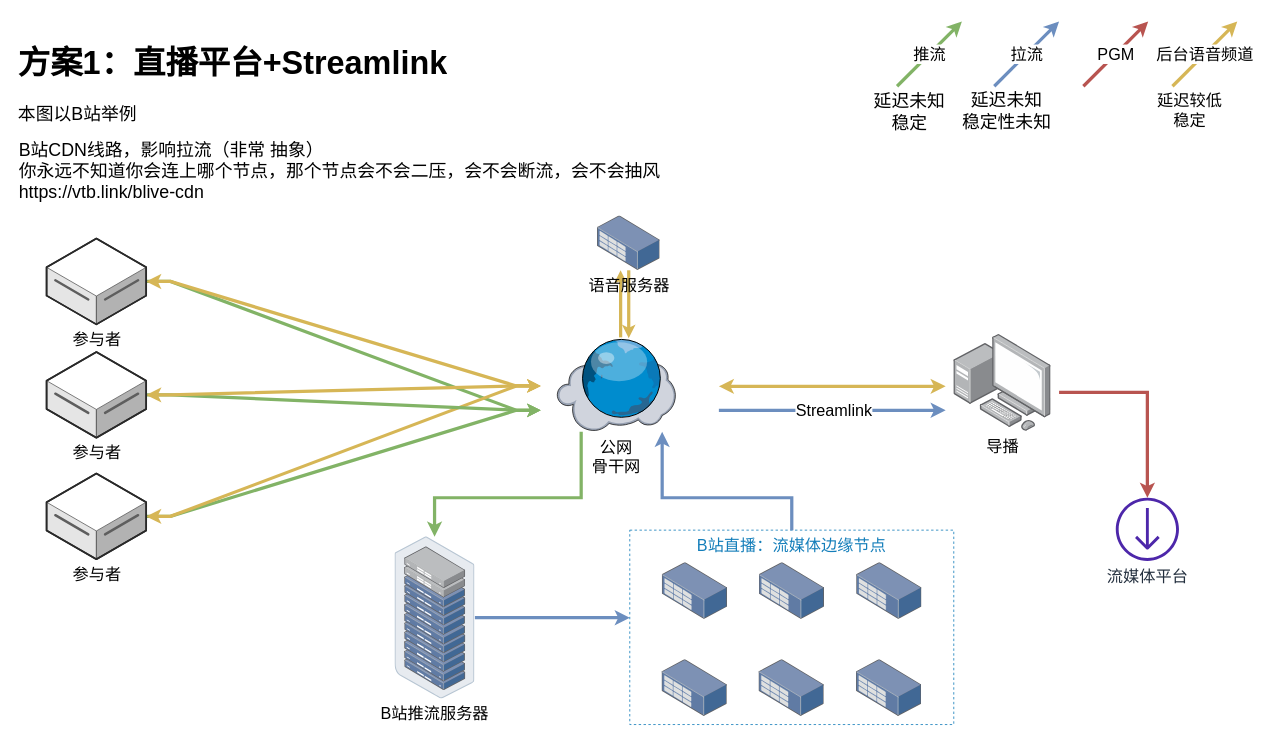
The draw.io diagram streaming-low-profile.drawio in VTB-LINK/DRAW-IO-GRAPH, before the edit. Source tidied: cells renumbered, new cells numbered last; positions are measured from the earlier drawing's top-left corner, leaving out a move shared by most shapes. Both pictures are drawn from the tidied source at 81%, with x=0, y=0 at pixel (14, 21).
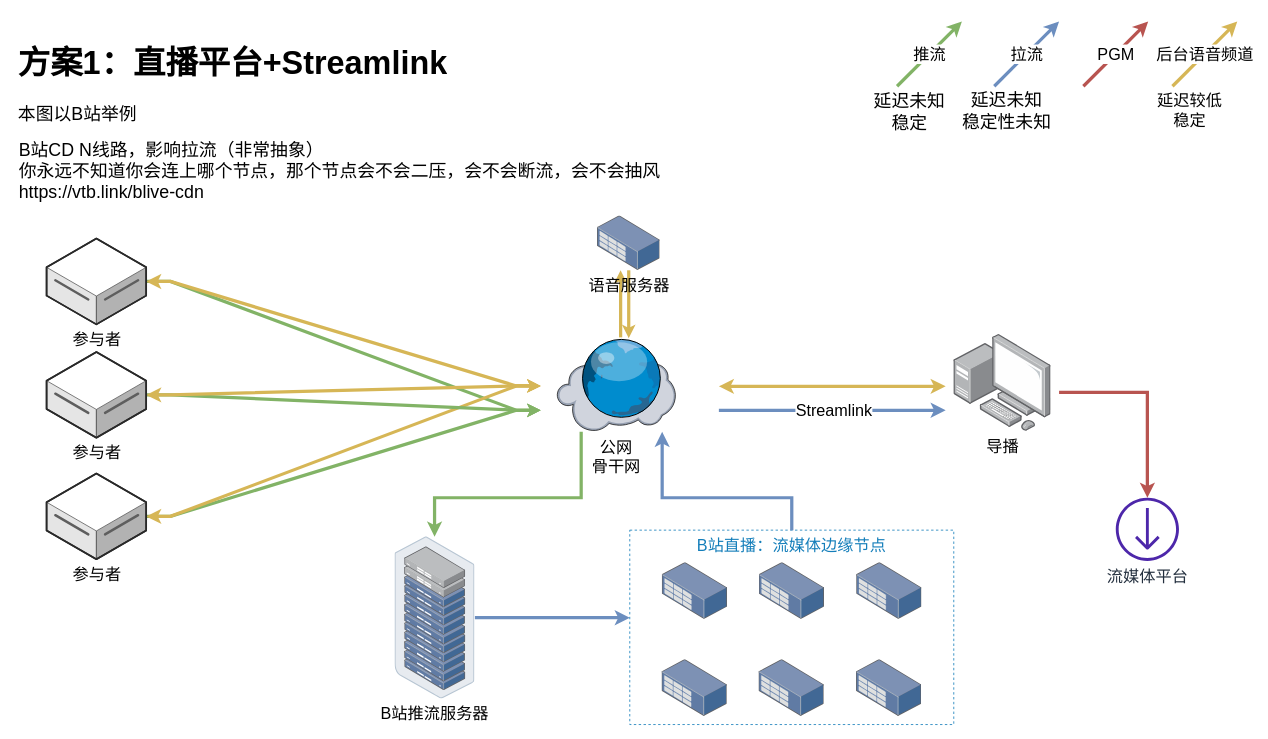
Above is the later version.

Diff of the diagram source:
```diff
@@
-    <mxCell id="36" value="B站CDN线路，影响拉流（非常 抽象）&lt;br&gt;你永远不知道你会连上哪个节点，那个节点会不会二压，会不会断流，会不会抽风&lt;br&gt;https://vtb.link/blive-cdn" style="text;strokeColor=none;fillColor=none;align=left;verticalAlign=middle;spacingLeft=4;spacingRight=4;overflow=hidden;whiteSpace=wrap;html=1;fontSize=22;labelBackgroundColor=none;fontColor=#000000;" parent="1" vertex="1">
+    <mxCell id="36" value="B站CD N线路，影响拉流（非常抽象）&lt;br&gt;你永远不知道你会连上哪个节点，那个节点会不会二压，会不会断流，会不会抽风&lt;br&gt;https://vtb.link/blive-cdn" style="text;strokeColor=none;fillColor=none;align=left;verticalAlign=middle;spacingLeft=4;spacingRight=4;overflow=hidden;whiteSpace=wrap;html=1;fontSize=22;labelBackgroundColor=none;fontColor=#000000;" parent="1" vertex="1">
       <mxGeometry y="130" width="810" height="110" as="geometry" />
     </mxCell>
```
